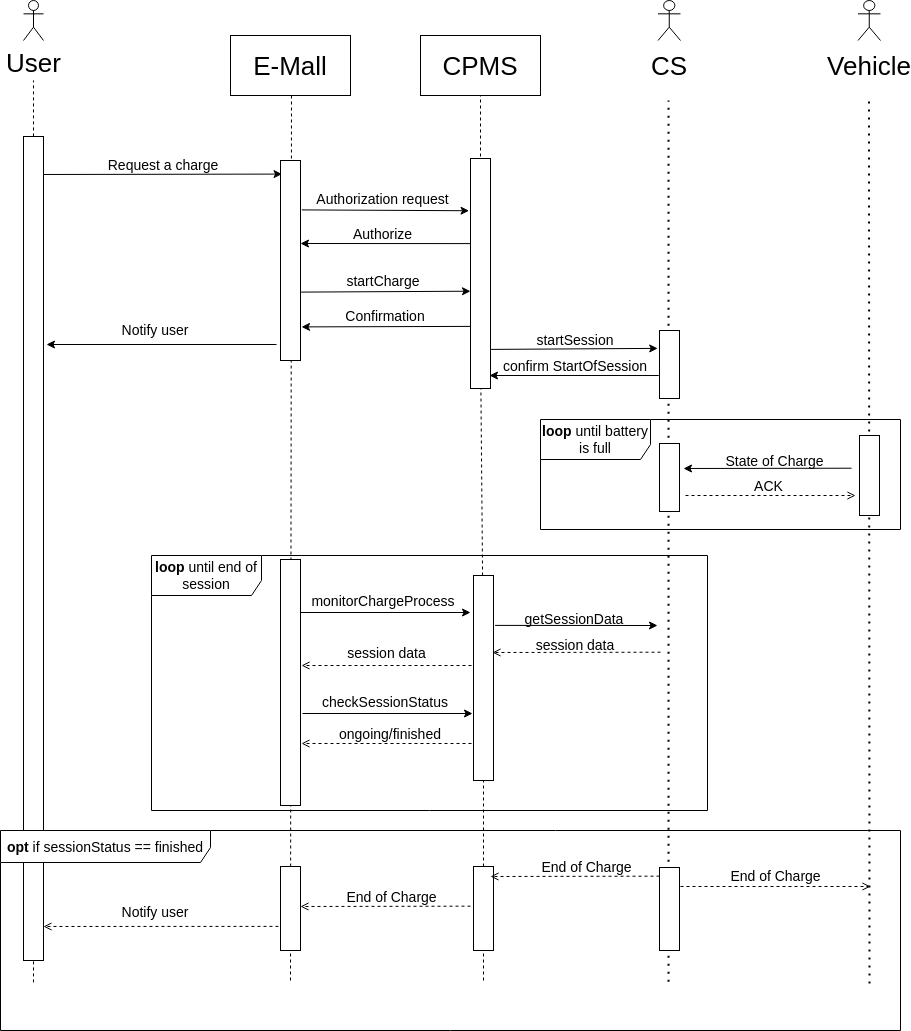
nicolasbenatti/BenattiBiasioloSimonin keeps this draw.io diagram as deliverables/sequence_diagrams/start_a_charge.png. Above is the earlier version. Source tidied: cells renumbered, new cells last; positions are measured from the earlier drawing's top-left corner, leaving out a move shared by most shapes.
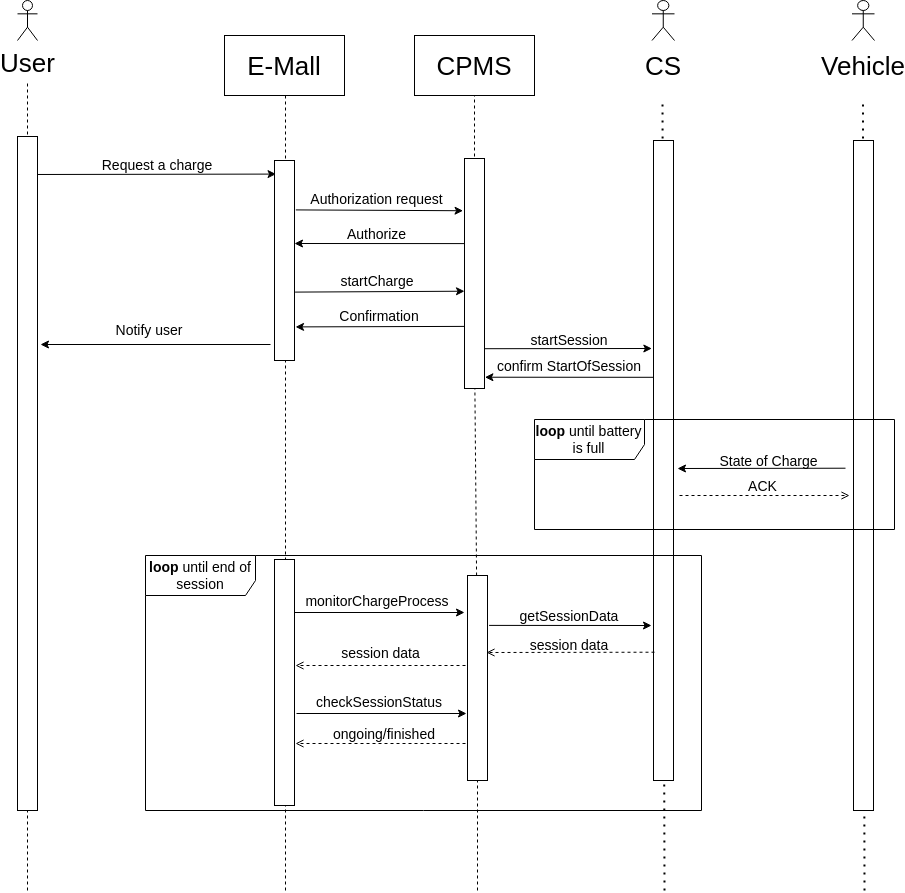
Later version of the same file.

Commit message:
Added sequence diagrams

Diff of the diagram source:
```diff
@@ -2,32 +2,12 @@
   <root>
     <mxCell id="0" />
     <mxCell id="1" parent="0" />
-    <mxCell id="2" style="endArrow=open;html=1;rounded=0;fontSize=14;exitX=-0.102;exitY=0.142;exitDx=0;exitDy=0;exitPerimeter=0;endFill=0;dashed=1;" parent="1" edge="1">
-      <mxGeometry relative="1" as="geometry">
-        <mxPoint x="680" y="886" as="sourcePoint" />
-        <mxPoint x="870" y="886" as="targetPoint" />
-      </mxGeometry>
-    </mxCell>
-    <mxCell id="3" value="End of Charge" style="edgeLabel;html=1;align=center;verticalAlign=middle;fontSize=14;" parent="2" vertex="1">
-      <mxGeometry x="-0.12" y="1" relative="1" as="geometry">
-        <mxPoint x="11" y="-11" as="offset" />
-      </mxGeometry>
-    </mxCell>
-    <mxCell id="4" style="endArrow=open;html=1;rounded=0;fontSize=14;exitX=-0.102;exitY=0.142;exitDx=0;exitDy=0;exitPerimeter=0;endFill=0;dashed=1;" parent="1" edge="1">
-      <mxGeometry relative="1" as="geometry">
-        <mxPoint x="278" y="925.9" as="sourcePoint" />
-        <mxPoint x="43" y="926" as="targetPoint" />
-      </mxGeometry>
-    </mxCell>
     <mxCell id="5" style="endArrow=none;html=1;rounded=0;entryX=0.5;entryY=1;entryDx=0;entryDy=0;startArrow=none;dashed=1;" parent="1" edge="1">
       <mxGeometry relative="1" as="geometry">
-        <mxPoint x="290" y="980" as="sourcePoint" />
+        <mxPoint x="291" y="890" as="sourcePoint" />
         <mxPoint x="291" y="95" as="targetPoint" />
       </mxGeometry>
     </mxCell>
-    <mxCell id="6" style="rounded=0;whiteSpace=wrap;html=1;fontSize=14;" parent="1" vertex="1">
-      <mxGeometry x="280" y="866" width="20" height="84" as="geometry" />
-    </mxCell>
     <mxCell id="7" style="endArrow=classic;html=1;rounded=0;fontSize=14;entryX=0.027;entryY=0.018;entryDx=0;entryDy=0;entryPerimeter=0;" parent="1" edge="1">
       <mxGeometry relative="1" as="geometry">
         <mxPoint x="31" y="174" as="sourcePoint" />
@@ -36,12 +16,12 @@
     </mxCell>
     <mxCell id="8" style="endArrow=none;html=1;rounded=0;startArrow=none;dashed=1;fontSize=14;" parent="1" edge="1">
       <mxGeometry relative="1" as="geometry">
-        <mxPoint x="33" y="981.9" as="sourcePoint" />
+        <mxPoint x="33" y="890" as="sourcePoint" />
         <mxPoint x="33" y="80" as="targetPoint" />
       </mxGeometry>
     </mxCell>
     <mxCell id="9" style="rounded=0;whiteSpace=wrap;html=1;fontSize=14;" parent="1" vertex="1">
-      <mxGeometry x="23" y="136" width="20" height="824" as="geometry" />
+      <mxGeometry x="23" y="136" width="20" height="674" as="geometry" />
     </mxCell>
     <mxCell id="10" value="&lt;font style=&quot;font-size: 26px;&quot;&gt;Vehicle&lt;/font&gt;" style="text;html=1;strokeColor=none;fillColor=none;align=center;verticalAlign=middle;whiteSpace=wrap;rounded=0;" parent="1" vertex="1">
       <mxGeometry x="838.5" y="50" width="60" height="30" as="geometry" />
@@ -83,7 +63,7 @@
     </mxCell>
     <mxCell id="20" style="endArrow=none;html=1;rounded=0;fontSize=14;entryX=0.5;entryY=1;entryDx=0;entryDy=0;dashed=1;" parent="1" edge="1" target="19">
       <mxGeometry relative="1" as="geometry">
-        <mxPoint x="483" y="980" as="sourcePoint" />
+        <mxPoint x="483" y="890" as="sourcePoint" />
       </mxGeometry>
     </mxCell>
     <mxCell id="21" style="endArrow=classic;html=1;rounded=0;fontSize=14;" parent="1" edge="1">
@@ -104,7 +84,7 @@
     <mxCell id="24" value="session data" style="text;html=1;strokeColor=none;fillColor=none;align=center;verticalAlign=middle;whiteSpace=wrap;rounded=0;fontSize=14;" parent="1" vertex="1">
       <mxGeometry x="338.5" y="646" width="95" height="12" as="geometry" />
     </mxCell>
-    <mxCell id="25" style="endArrow=classic;html=1;rounded=0;exitX=1.03;exitY=0.83;exitDx=0;exitDy=0;fontSize=14;exitPerimeter=0;entryX=-0.09;entryY=0.263;entryDx=0;entryDy=0;entryPerimeter=0;" parent="1" edge="1" source="28" target="40">
+    <mxCell id="25" style="endArrow=classic;html=1;rounded=0;exitX=0.975;exitY=0.827;exitDx=0;exitDy=0;fontSize=14;exitPerimeter=0;entryX=-0.083;entryY=0.325;entryDx=0;entryDy=0;entryPerimeter=0;" parent="1" edge="1" source="28" target="40">
       <mxGeometry relative="1" as="geometry" />
     </mxCell>
     <mxCell id="26" value="startSession" style="text;html=1;strokeColor=none;fillColor=none;align=center;verticalAlign=middle;whiteSpace=wrap;rounded=0;fontSize=14;" parent="1" vertex="1">
@@ -153,16 +133,16 @@
     </mxCell>
     <mxCell id="39" style="endArrow=none;dashed=1;html=1;dashPattern=1 3;strokeWidth=2;rounded=0;fontSize=14;" parent="1" edge="1">
       <mxGeometry relative="1" as="geometry">
-        <mxPoint x="668" y="981.2" as="sourcePoint" />
+        <mxPoint x="670" y="890" as="sourcePoint" />
         <mxPoint x="668" y="100" as="targetPoint" />
       </mxGeometry>
     </mxCell>
     <mxCell id="40" style="rounded=0;whiteSpace=wrap;html=1;fontSize=14;" parent="1" vertex="1">
-      <mxGeometry x="659" y="330" width="20" height="68" as="geometry" />
+      <mxGeometry x="659" y="140" width="20" height="640" as="geometry" />
     </mxCell>
     <mxCell id="41" style="endArrow=none;dashed=1;html=1;dashPattern=1 3;strokeWidth=2;rounded=0;fontSize=14;" parent="1" edge="1">
       <mxGeometry relative="1" as="geometry">
-        <mxPoint x="869" y="983" as="sourcePoint" />
+        <mxPoint x="870" y="890" as="sourcePoint" />
         <mxPoint x="868.5" y="100" as="targetPoint" />
         <Array as="points">
           <mxPoint x="868.5" y="150" />
@@ -171,7 +151,7 @@
       </mxGeometry>
     </mxCell>
     <mxCell id="42" style="rounded=0;whiteSpace=wrap;html=1;fontSize=14;" parent="1" vertex="1">
-      <mxGeometry x="859" y="435" width="20" height="80" as="geometry" />
+      <mxGeometry x="859" y="140" width="20" height="670" as="geometry" />
     </mxCell>
     <mxCell id="43" style="endArrow=classic;html=1;rounded=0;exitX=1.03;exitY=0.83;exitDx=0;exitDy=0;fontSize=14;exitPerimeter=0;" parent="1" edge="1">
       <mxGeometry relative="1" as="geometry">
@@ -180,7 +160,7 @@
       </mxGeometry>
     </mxCell>
     <mxCell id="44" value="getSessionData" style="text;html=1;strokeColor=none;fillColor=none;align=center;verticalAlign=middle;whiteSpace=wrap;rounded=0;fontSize=14;" parent="1" vertex="1">
-      <mxGeometry x="519" y="613" width="110" height="10" as="geometry" />
+      <mxGeometry x="520" y="610" width="110" height="10" as="geometry" />
     </mxCell>
     <mxCell id="45" style="endArrow=open;html=1;rounded=0;fontSize=14;dashed=1;exitX=0.05;exitY=0.549;exitDx=0;exitDy=0;exitPerimeter=0;endFill=0;" parent="1" edge="1">
       <mxGeometry relative="1" as="geometry">
@@ -212,43 +192,12 @@
     <mxCell id="51" style="rounded=0;whiteSpace=wrap;html=1;fontSize=14;" parent="1" vertex="1">
       <mxGeometry x="280" y="559" width="20" height="246" as="geometry" />
     </mxCell>
-    <mxCell id="52" style="endArrow=classic;html=1;rounded=0;fontSize=14;entryX=1;entryY=0.825;entryDx=0;entryDy=0;entryPerimeter=0;exitX=-0.037;exitY=0.662;exitDx=0;exitDy=0;exitPerimeter=0;" parent="1" edge="1" source="40">
-      <mxGeometry relative="1" as="geometry">
-        <mxPoint x="489" y="375" as="targetPoint" />
-      </mxGeometry>
+    <mxCell id="52" style="endArrow=classic;html=1;rounded=0;fontSize=14;entryX=1.02;entryY=0.951;entryDx=0;entryDy=0;entryPerimeter=0;exitX=-0.018;exitY=0.37;exitDx=0;exitDy=0;exitPerimeter=0;" parent="1" edge="1" source="40" target="28">
+      <mxGeometry relative="1" as="geometry" />
     </mxCell>
     <mxCell id="53" value="confirm StartOfSession" style="text;html=1;strokeColor=none;fillColor=none;align=center;verticalAlign=middle;whiteSpace=wrap;rounded=0;fontSize=14;" parent="1" vertex="1">
       <mxGeometry x="501" y="360" width="148" height="10" as="geometry" />
     </mxCell>
-    <mxCell id="54" style="rounded=0;whiteSpace=wrap;html=1;fontSize=14;" parent="1" vertex="1">
-      <mxGeometry x="659" y="443" width="20" height="68" as="geometry" />
-    </mxCell>
-    <mxCell id="55" value="Notify user" style="text;html=1;strokeColor=none;fillColor=none;align=center;verticalAlign=middle;whiteSpace=wrap;rounded=0;fontSize=14;" parent="1" vertex="1">
-      <mxGeometry x="100" y="901.6" width="110" height="18.4" as="geometry" />
-    </mxCell>
-    <mxCell id="56" style="rounded=0;whiteSpace=wrap;html=1;fontSize=14;" parent="1" vertex="1">
-      <mxGeometry x="473" y="866" width="20" height="84" as="geometry" />
-    </mxCell>
-    <mxCell id="57" style="rounded=0;whiteSpace=wrap;html=1;fontSize=14;" parent="1" vertex="1">
-      <mxGeometry x="659" y="867" width="20" height="83" as="geometry" />
-    </mxCell>
-    <mxCell id="58" style="endArrow=open;html=1;rounded=0;fontSize=14;exitX=-0.102;exitY=0.142;exitDx=0;exitDy=0;exitPerimeter=0;endFill=0;dashed=1;" parent="1" edge="1">
-      <mxGeometry relative="1" as="geometry">
-        <mxPoint x="659" y="875.7" as="sourcePoint" />
-        <mxPoint x="490" y="876" as="targetPoint" />
-      </mxGeometry>
-    </mxCell>
-    <mxCell id="59" value="End of Charge" style="edgeLabel;html=1;align=center;verticalAlign=middle;fontSize=14;" parent="58" vertex="1">
-      <mxGeometry x="-0.12" y="1" relative="1" as="geometry">
-        <mxPoint y="-11" as="offset" />
-      </mxGeometry>
-    </mxCell>
-    <mxCell id="60" style="endArrow=open;html=1;rounded=0;fontSize=14;exitX=-0.102;exitY=0.142;exitDx=0;exitDy=0;exitPerimeter=0;endFill=0;dashed=1;" parent="1" edge="1">
-      <mxGeometry relative="1" as="geometry">
-        <mxPoint x="470" y="905.7" as="sourcePoint" />
-        <mxPoint x="300" y="906" as="targetPoint" />
-      </mxGeometry>
-    </mxCell>
     <mxCell id="61" style="endArrow=classic;html=1;rounded=0;fontSize=14;" parent="1" edge="1">
       <mxGeometry relative="1" as="geometry">
         <mxPoint x="302" y="713" as="sourcePoint" />
@@ -267,20 +216,14 @@
     <mxCell id="64" value="ongoing/finished" style="text;html=1;strokeColor=none;fillColor=none;align=center;verticalAlign=middle;whiteSpace=wrap;rounded=0;fontSize=14;" parent="1" vertex="1">
       <mxGeometry x="328.5" y="727" width="121.5" height="12" as="geometry" />
     </mxCell>
-    <mxCell id="65" value="End of Charge" style="edgeLabel;html=1;align=center;verticalAlign=middle;fontSize=14;" parent="1" vertex="1">
-      <mxGeometry x="390.5" y="895.8" as="geometry" />
-    </mxCell>
-    <mxCell id="66" value="&lt;b&gt;loop&lt;/b&gt; until end of session" style="shape=umlFrame;whiteSpace=wrap;html=1;fontSize=14;width=110;height=40;" parent="1" vertex="1">
-      <mxGeometry x="151" y="555" width="556" height="255" as="geometry" />
-    </mxCell>
     <mxCell id="67" value="&lt;b&gt;loop&lt;/b&gt; until battery is full" style="shape=umlFrame;whiteSpace=wrap;html=1;fontSize=14;width=110;height=40;" parent="1" vertex="1">
       <mxGeometry x="540" y="419" width="360" height="110" as="geometry" />
     </mxCell>
     <mxCell id="68" value="&lt;font style=&quot;font-size: 26px;&quot;&gt;User&lt;/font&gt;" style="shape=umlActor;verticalLabelPosition=bottom;verticalAlign=top;html=1;" parent="1" vertex="1">
       <mxGeometry x="23" width="20" height="40" as="geometry" />
     </mxCell>
-    <mxCell id="69" value="&lt;b&gt;opt &lt;/b&gt;if sessionStatus == finished" style="shape=umlFrame;whiteSpace=wrap;html=1;fontSize=14;width=210;height=32;" parent="1" vertex="1">
-      <mxGeometry y="830" width="900" height="200" as="geometry" />
-    </mxCell>
+    <mxCell id="66" value="&lt;b&gt;loop&lt;/b&gt; until end of session" style="shape=umlFrame;whiteSpace=wrap;html=1;fontSize=14;width=110;height=40;" parent="1" vertex="1">
+      <mxGeometry x="151" y="555" width="556" height="255" as="geometry" />
+    </mxCell>
   </root>
 </mxGraphModel>
```
